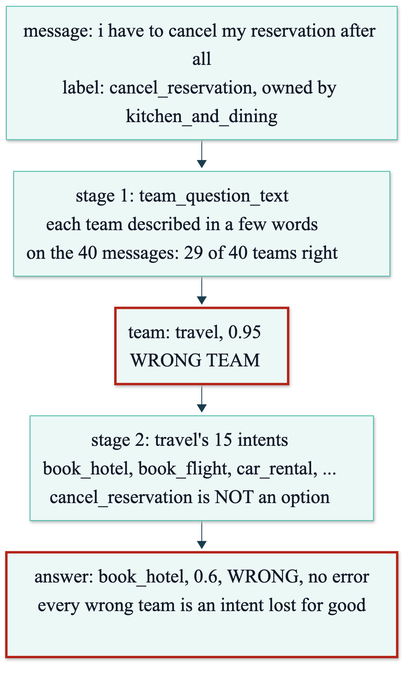
Above: course/diagrams/module_02/p3-problem-stage-one.png in axel-sirota/getting_started_jev (Mermaid), before the change. Its source is kept beside it as course/diagrams/module_02/p3-problem-stage-one.mmd. Its diagram source:
```mermaid
%%{init: {"theme": "base", "themeVariables": {"fontFamily": "Inter, sans-serif", "primaryColor": "#ECF8F6", "primaryBorderColor": "#40B8A6", "primaryTextColor": "#111827", "lineColor": "#1A3D4D", "secondaryColor": "#F9FAFB", "tertiaryColor": "#FFFFFF", "clusterBkg": "#F9FAFB", "clusterBorder": "#D1D5DB", "actorBkg": "#ECF8F6", "actorBorder": "#40B8A6", "noteBkgColor": "#FFF6DA", "noteBorderColor": "#E0B84C"}}}%%
flowchart TD
  M["message: i have to cancel my reservation after all<br/>label: cancel_reservation, owned by kitchen_and_dining"] --> S1["stage 1: team_question_text<br/>each team described in a few words<br/>on the 40 messages: 29 of 40 teams right"]
  S1 --> T["team: travel, 0.95<br/>WRONG TEAM"]
  T --> S2["stage 2: travel's 15 intents<br/>book_hotel, book_flight, car_rental, ...<br/>cancel_reservation is NOT an option"]
  S2 --> X["answer: book_hotel, 0.6, WRONG, no error<br/>every wrong team is an intent lost for good"]
  style T stroke:#B42318,stroke-width:3px
  style X stroke:#B42318,stroke-width:3px
```
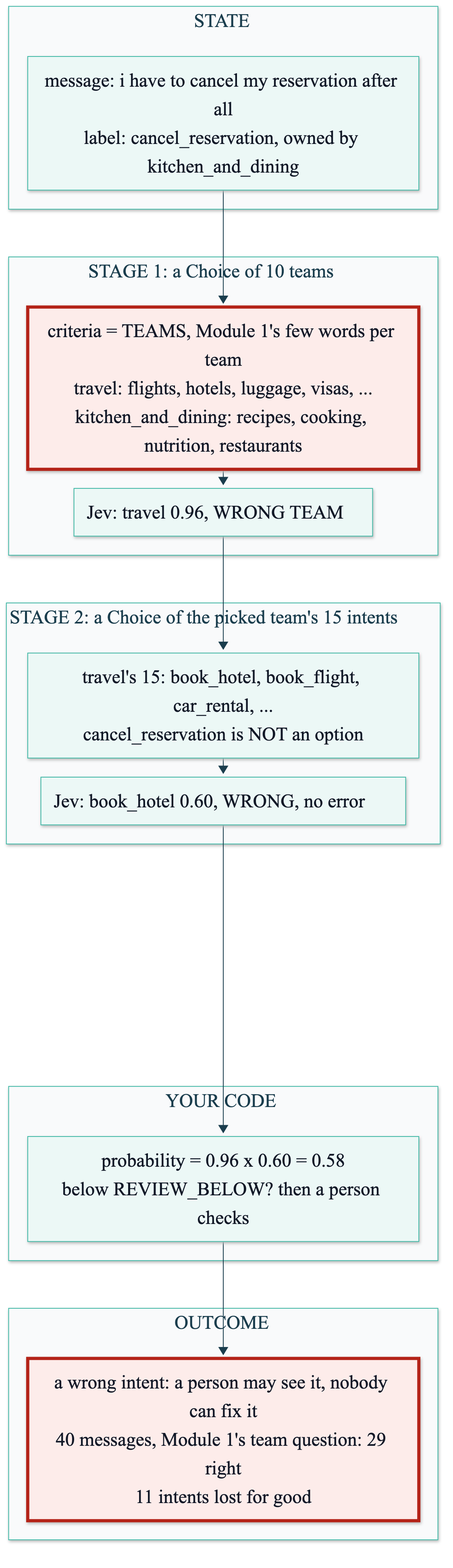
Above is the later version.

What changed in the source:
```diff
@@ -1,8 +1,26 @@
 %%{init: {"theme": "base", "themeVariables": {"fontFamily": "Inter, sans-serif", "primaryColor": "#ECF8F6", "primaryBorderColor": "#40B8A6", "primaryTextColor": "#111827", "lineColor": "#1A3D4D", "secondaryColor": "#F9FAFB", "tertiaryColor": "#FFFFFF", "clusterBkg": "#F9FAFB", "clusterBorder": "#D1D5DB", "actorBkg": "#ECF8F6", "actorBorder": "#40B8A6", "noteBkgColor": "#FFF6DA", "noteBorderColor": "#E0B84C"}}}%%
 flowchart TD
-  M["message: i have to cancel my reservation after all<br/>label: cancel_reservation, owned by kitchen_and_dining"] --> S1["stage 1: team_question_text<br/>each team described in a few words<br/>on the 40 messages: 29 of 40 teams right"]
-  S1 --> T["team: travel, 0.95<br/>WRONG TEAM"]
-  T --> S2["stage 2: travel's 15 intents<br/>book_hotel, book_flight, car_rental, ...<br/>cancel_reservation is NOT an option"]
-  S2 --> X["answer: book_hotel, 0.6, WRONG, no error<br/>every wrong team is an intent lost for good"]
-  style T stroke:#B42318,stroke-width:3px
-  style X stroke:#B42318,stroke-width:3px
+  subgraph STATE["STATE"]
+    S["message: i have to cancel my reservation after all<br/>label: cancel_reservation, owned by kitchen_and_dining"]
+  end
+  subgraph STAGE1["STAGE 1: a Choice of 10 teams"]
+    T["criteria = TEAMS, Module 1's few words per team<br/>travel: flights, hotels, luggage, visas, ...<br/>kitchen_and_dining: recipes, cooking, nutrition, restaurants"]
+    TA["Jev: travel 0.96, WRONG TEAM"]
+  end
+  subgraph STAGE2["STAGE 2: a Choice of the picked team's 15 intents"]
+    I["travel's 15: book_hotel, book_flight, car_rental, ...<br/>cancel_reservation is NOT an option"]
+    IA["Jev: book_hotel 0.60, WRONG, no error"]
+  end
+  subgraph CODE["YOUR CODE"]
+    P["probability = 0.96 x 0.60 = 0.58<br/>below REVIEW_BELOW? then a person checks"]
+  end
+  subgraph OUTCOME["OUTCOME"]
+    O["a wrong intent: a person may see it, nobody can fix it<br/>40 messages, Module 1's team question: 29 right<br/>11 intents lost for good"]
+  end
+  S --> T --> TA --> I --> IA --> P --> O
+
+  classDef fail fill:#FDECEA,stroke:#B42318,stroke-width:4px
+  classDef changed fill:#D5F2EC,stroke:#1A3D4D,stroke-width:4px
+  classDef ok fill:#ECF8F6,stroke:#1A3D4D,stroke-width:3px
+  class T fail
+  class O fail
```
